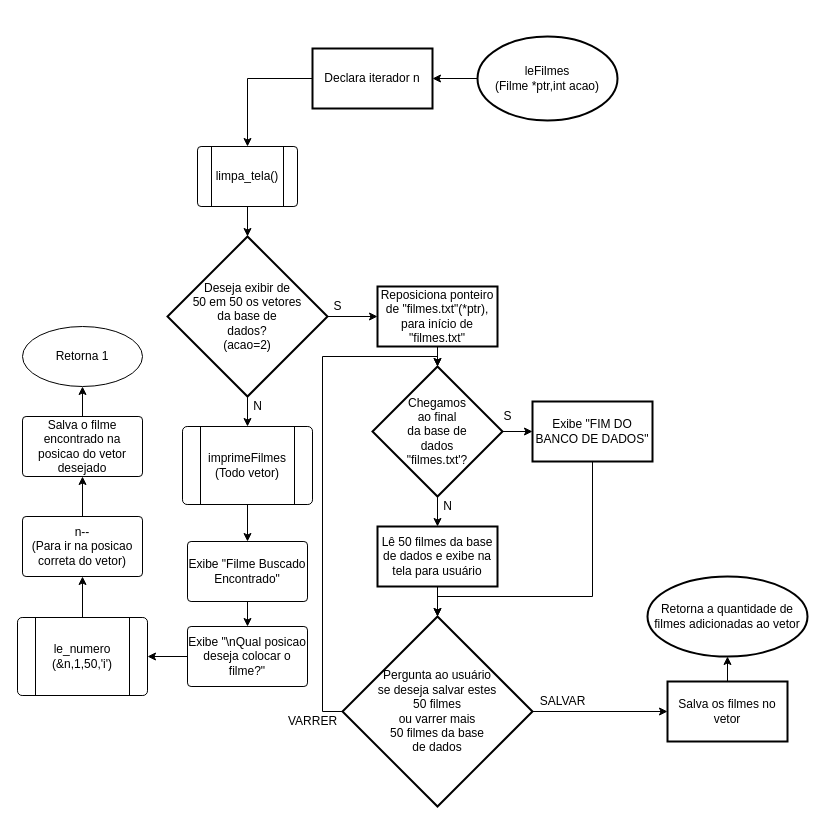
Before: Fluxograma/leFilmes.drawio in riquetret/Mania-Filmes, a draw.io diagram. Source tidied: cells renumbered, new cells numbered last; positions are measured from the earlier drawing's top-left corner, leaving out a move shared by most shapes. Both pictures are drawn from the tidied source at 100%, with x=0, y=0 at pixel (17, 36).
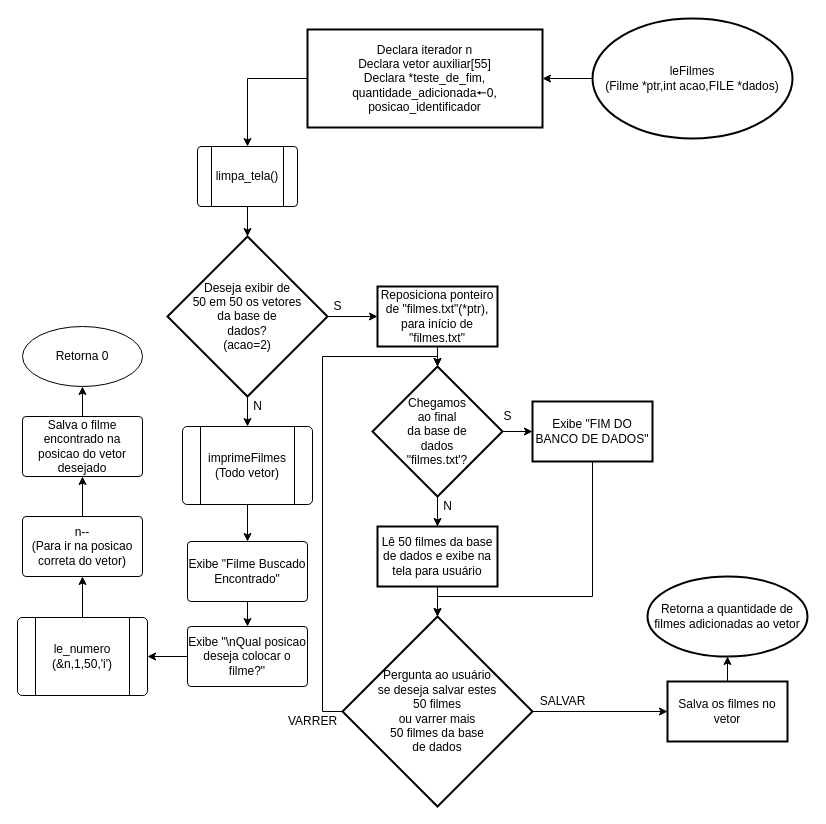
Above is the later version.

Diff of the diagram source:
```diff
@@
-    <mxCell id="3" value="leFilmes&lt;br&gt;(Filme *ptr,int acao)" style="strokeWidth=2;html=1;shape=mxgraph.flowchart.start_1;whiteSpace=wrap;" parent="1" vertex="1">
-      <mxGeometry x="460" width="140" height="84" as="geometry" />
+    <mxCell id="3" value="leFilmes&lt;br&gt;(Filme *ptr,int acao,FILE *dados)" style="strokeWidth=2;html=1;shape=mxgraph.flowchart.start_1;whiteSpace=wrap;" parent="1" vertex="1">
+      <mxGeometry x="575" y="-18" width="200" height="120" as="geometry" />
     </mxCell>
@@
-    <mxCell id="19" value="Retorna 1" style="ellipse;whiteSpace=wrap;html=1;rounded=1;arcSize=6;" parent="1" vertex="1">
+    <mxCell id="19" value="Retorna 0" style="ellipse;whiteSpace=wrap;html=1;rounded=1;arcSize=6;" parent="1" vertex="1">
       <mxGeometry x="5" y="290" width="120" height="60" as="geometry" />
     </mxCell>
@@
-    <mxCell id="42" value="Declara iterador n" style="whiteSpace=wrap;html=1;strokeWidth=2;" parent="1" vertex="1">
-      <mxGeometry x="295" y="12" width="120" height="60" as="geometry" />
+    <mxCell id="42" value="Declara iterador n&lt;br&gt;Declara vetor auxiliar[55]&lt;br&gt;Declara *teste_de_fim, quantidade_adicionada🠔0,&lt;br&gt;posicao_identificador" style="whiteSpace=wrap;html=1;strokeWidth=2;" parent="1" vertex="1">
+      <mxGeometry x="290" y="-7" width="235" height="98" as="geometry" />
     </mxCell>
```
